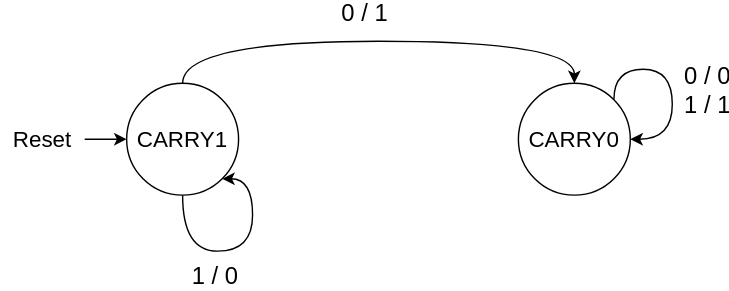
Earlier version of the draw.io export Tayyab/Add1/docs/Add1.drawio.svg (medsuet/Xcelerium-IC-Design-Training). Source tidied: cells renumbered, new cells last; positions are measured from the earlier drawing's top-left corner, leaving out a move shared by most shapes.
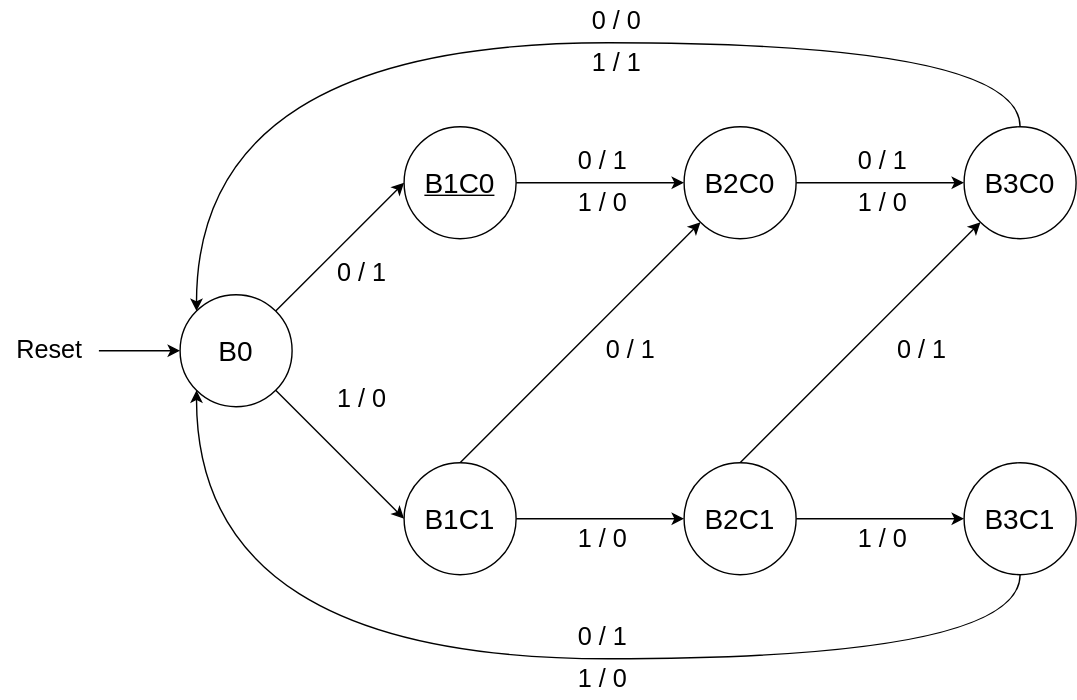
After the change.

The edit, as a diff of the source:
```diff
@@ -2,58 +2,114 @@
   <root>
     <mxCell id="0" />
     <mxCell id="1" parent="0" />
-    <mxCell id="2" value="&lt;font style=&quot;font-size: 16px;&quot;&gt;CARRY0&lt;/font&gt;" style="ellipse;whiteSpace=wrap;html=1;" parent="1" vertex="1">
-      <mxGeometry x="370" y="30" width="80" height="80" as="geometry" />
-    </mxCell>
-    <mxCell id="3" style="edgeStyle=orthogonalEdgeStyle;rounded=0;jettySize=auto;html=1;exitX=0.5;exitY=0;exitDx=0;exitDy=0;entryX=0.5;entryY=0;entryDx=0;entryDy=0;curved=1;" parent="1" edge="1" source="5" target="2">
-      <mxGeometry relative="1" as="geometry">
-        <Array as="points">
-          <mxPoint x="130" />
-          <mxPoint x="410" />
-        </Array>
-      </mxGeometry>
-    </mxCell>
-    <mxCell id="4" value="&lt;span style=&quot;font-size: 17px;&quot;&gt;0 / 1&lt;/span&gt;" style="edgeLabel;html=1;align=center;verticalAlign=middle;" parent="3" vertex="1">
-      <mxGeometry x="-0.07" y="-4" relative="1" as="geometry">
-        <mxPoint y="-24" as="offset" />
-      </mxGeometry>
-    </mxCell>
-    <mxCell id="5" value="&lt;font style=&quot;font-size: 16px;&quot;&gt;CARRY1&lt;/font&gt;" style="ellipse;whiteSpace=wrap;html=1;" parent="1" vertex="1">
-      <mxGeometry x="90" y="30" width="80" height="80" as="geometry" />
-    </mxCell>
-    <mxCell id="6" style="edgeStyle=orthogonalEdgeStyle;rounded=0;orthogonalLoop=1;jettySize=auto;html=1;exitX=1;exitY=0;exitDx=0;exitDy=0;entryX=1;entryY=0.5;entryDx=0;entryDy=0;curved=1;" parent="1" edge="1" source="2" target="2">
-      <mxGeometry relative="1" as="geometry">
-        <Array as="points">
-          <mxPoint x="438" y="20" />
-          <mxPoint x="480" y="20" />
-          <mxPoint x="480" y="70" />
-        </Array>
-      </mxGeometry>
-    </mxCell>
-    <mxCell id="7" value="&lt;span style=&quot;font-size: 17px;&quot;&gt;0 / 0&lt;/span&gt;&lt;div&gt;&lt;span style=&quot;font-size: 17px;&quot;&gt;1 / 1&lt;/span&gt;&lt;/div&gt;" style="edgeLabel;html=1;align=center;verticalAlign=middle;" parent="1" vertex="1">
-      <mxGeometry x="500" y="29" as="geometry">
-        <mxPoint x="4" y="6" as="offset" />
-      </mxGeometry>
-    </mxCell>
-    <mxCell id="8" value="&lt;span style=&quot;font-size: 17px;&quot;&gt;1 / 0&lt;/span&gt;" style="edgeLabel;html=1;align=center;verticalAlign=middle;" parent="1" vertex="1">
-      <mxGeometry x="150" y="160" as="geometry">
-        <mxPoint x="2" y="8" as="offset" />
-      </mxGeometry>
-    </mxCell>
-    <mxCell id="9" style="edgeStyle=orthogonalEdgeStyle;rounded=0;jettySize=auto;html=1;" parent="1" edge="1" source="10" target="5">
-      <mxGeometry relative="1" as="geometry" />
-    </mxCell>
+    <mxCell id="12" style="rounded=0;jettySize=auto;html=1;exitX=1;exitY=0;exitDx=0;exitDy=0;entryX=0;entryY=0.5;entryDx=0;entryDy=0;" parent="1" edge="1" source="14" target="16">
+      <mxGeometry relative="1" as="geometry" />
+    </mxCell>
+    <mxCell id="13" style="rounded=0;jettySize=auto;html=1;exitX=1;exitY=1;exitDx=0;exitDy=0;entryX=0;entryY=0.5;entryDx=0;entryDy=0;" parent="1" edge="1" source="14" target="23">
+      <mxGeometry relative="1" as="geometry" />
+    </mxCell>
+    <mxCell id="14" value="&lt;font style=&quot;font-size: 20px;&quot;&gt;B0&lt;/font&gt;" style="ellipse;whiteSpace=wrap;html=1;" parent="1" vertex="1">
+      <mxGeometry x="128" y="30" width="80" height="80" as="geometry" />
+    </mxCell>
+    <mxCell id="15" style="edgeStyle=orthogonalEdgeStyle;rounded=0;jettySize=auto;html=1;exitX=1;exitY=0.5;exitDx=0;exitDy=0;entryX=0;entryY=0.5;entryDx=0;entryDy=0;" parent="1" edge="1" source="16" target="18">
+      <mxGeometry relative="1" as="geometry" />
+    </mxCell>
+    <mxCell id="16" value="&lt;font style=&quot;font-size: 20px;&quot;&gt;B1C0&lt;/font&gt;" style="ellipse;whiteSpace=wrap;html=1;fontStyle=4;" parent="1" vertex="1">
+      <mxGeometry x="288" y="-90" width="80" height="80" as="geometry" />
+    </mxCell>
+    <mxCell id="17" style="edgeStyle=orthogonalEdgeStyle;rounded=0;jettySize=auto;html=1;exitX=1;exitY=0.5;exitDx=0;exitDy=0;entryX=0;entryY=0.5;entryDx=0;entryDy=0;" parent="1" edge="1" source="18" target="20">
+      <mxGeometry relative="1" as="geometry" />
+    </mxCell>
+    <mxCell id="18" value="&lt;font style=&quot;font-size: 20px;&quot;&gt;B2C0&lt;/font&gt;" style="ellipse;whiteSpace=wrap;html=1;fontStyle=0;" parent="1" vertex="1">
+      <mxGeometry x="488" y="-90" width="80" height="80" as="geometry" />
+    </mxCell>
+    <mxCell id="19" style="edgeStyle=orthogonalEdgeStyle;rounded=0;jettySize=auto;html=1;exitX=0.5;exitY=0;exitDx=0;exitDy=0;entryX=0;entryY=0;entryDx=0;entryDy=0;curved=1;" parent="1" edge="1" source="20" target="14">
+      <mxGeometry relative="1" as="geometry">
+        <Array as="points">
+          <mxPoint x="728" y="-150" />
+          <mxPoint x="140" y="-150" />
+        </Array>
+      </mxGeometry>
+    </mxCell>
+    <mxCell id="20" value="&lt;font style=&quot;font-size: 20px;&quot;&gt;B3C0&lt;/font&gt;" style="ellipse;whiteSpace=wrap;html=1;" parent="1" vertex="1">
+      <mxGeometry x="688" y="-90" width="80" height="80" as="geometry" />
+    </mxCell>
+    <mxCell id="21" style="edgeStyle=orthogonalEdgeStyle;rounded=0;jettySize=auto;html=1;exitX=1;exitY=0.5;exitDx=0;exitDy=0;entryX=0;entryY=0.5;entryDx=0;entryDy=0;" parent="1" edge="1" source="23" target="26">
+      <mxGeometry relative="1" as="geometry" />
+    </mxCell>
+    <mxCell id="22" style="rounded=0;jettySize=auto;html=1;exitX=0.5;exitY=0;exitDx=0;exitDy=0;entryX=0;entryY=1;entryDx=0;entryDy=0;" parent="1" edge="1" source="23" target="18">
+      <mxGeometry relative="1" as="geometry" />
+    </mxCell>
+    <mxCell id="23" value="&lt;font style=&quot;font-size: 20px;&quot;&gt;B1C1&lt;/font&gt;" style="ellipse;whiteSpace=wrap;html=1;" parent="1" vertex="1">
+      <mxGeometry x="288" y="150" width="80" height="80" as="geometry" />
+    </mxCell>
+    <mxCell id="24" style="edgeStyle=orthogonalEdgeStyle;rounded=0;jettySize=auto;html=1;exitX=1;exitY=0.5;exitDx=0;exitDy=0;entryX=0;entryY=0.5;entryDx=0;entryDy=0;" parent="1" edge="1" source="26" target="28">
+      <mxGeometry relative="1" as="geometry" />
+    </mxCell>
+    <mxCell id="25" style="rounded=0;jettySize=auto;html=1;exitX=0.5;exitY=0;exitDx=0;exitDy=0;entryX=0;entryY=1;entryDx=0;entryDy=0;" parent="1" edge="1" source="26" target="20">
+      <mxGeometry relative="1" as="geometry" />
+    </mxCell>
+    <mxCell id="26" value="&lt;font style=&quot;font-size: 20px;&quot;&gt;B2C1&lt;/font&gt;" style="ellipse;whiteSpace=wrap;html=1;fontStyle=0;" parent="1" vertex="1">
+      <mxGeometry x="488" y="150" width="80" height="80" as="geometry" />
+    </mxCell>
+    <mxCell id="27" style="edgeStyle=orthogonalEdgeStyle;rounded=0;jettySize=auto;html=1;exitX=0.5;exitY=1;exitDx=0;exitDy=0;entryX=0;entryY=1;entryDx=0;entryDy=0;curved=1;" parent="1" edge="1" source="28" target="14">
+      <mxGeometry relative="1" as="geometry">
+        <Array as="points">
+          <mxPoint x="728" y="290" />
+          <mxPoint x="140" y="290" />
+        </Array>
+      </mxGeometry>
+    </mxCell>
+    <mxCell id="28" value="&lt;span style=&quot;font-size: 20px;&quot;&gt;B3C1&lt;/span&gt;" style="ellipse;whiteSpace=wrap;html=1;" parent="1" vertex="1">
+      <mxGeometry x="688" y="150" width="80" height="80" as="geometry" />
+    </mxCell>
+    <mxCell id="29" style="edgeStyle=orthogonalEdgeStyle;rounded=0;jettySize=auto;html=1;" parent="1" edge="1" source="10" target="14">
+      <mxGeometry relative="1" as="geometry" />
+    </mxCell>
-    <mxCell id="10" value="&lt;font style=&quot;font-size: 16px;&quot;&gt;Reset&lt;/font&gt;" style="text;html=1;align=center;verticalAlign=middle;whiteSpace=wrap;rounded=0;" parent="1" vertex="1">
-      <mxGeometry y="55" width="60" height="30" as="geometry" />
+    <mxCell id="10" value="&lt;font style=&quot;font-size: 18px;&quot;&gt;Reset&lt;/font&gt;" style="text;html=1;align=center;verticalAlign=middle;whiteSpace=wrap;rounded=0;" parent="1" vertex="1">
+      <mxGeometry y="55" width="70" height="30" as="geometry" />
     </mxCell>
-    <mxCell id="11" style="edgeStyle=orthogonalEdgeStyle;rounded=0;orthogonalLoop=1;jettySize=auto;html=1;exitX=0.5;exitY=1;exitDx=0;exitDy=0;entryX=1;entryY=1;entryDx=0;entryDy=0;curved=1;" parent="1" edge="1" source="5" target="5">
-      <mxGeometry relative="1" as="geometry">
-        <Array as="points">
-          <mxPoint x="130" y="150" />
-          <mxPoint x="180" y="150" />
-          <mxPoint x="180" y="98" />
-        </Array>
-      </mxGeometry>
-    </mxCell>
+    <mxCell id="30" value="&lt;font style=&quot;font-size: 18px;&quot;&gt;0 / 1&lt;/font&gt;" style="text;html=1;align=center;verticalAlign=middle;whiteSpace=wrap;rounded=0;" parent="1" vertex="1">
+      <mxGeometry x="228" width="60" height="30" as="geometry" />
+    </mxCell>
+    <mxCell id="31" value="&lt;font style=&quot;font-size: 18px;&quot;&gt;1 / 0&lt;/font&gt;" style="text;html=1;align=center;verticalAlign=middle;whiteSpace=wrap;rounded=0;" parent="1" vertex="1">
+      <mxGeometry x="228" y="90" width="60" height="30" as="geometry" />
+    </mxCell>
+    <mxCell id="32" value="&lt;font style=&quot;font-size: 18px;&quot;&gt;0 / 1&lt;/font&gt;" style="text;html=1;align=center;verticalAlign=middle;whiteSpace=wrap;rounded=0;" parent="1" vertex="1">
+      <mxGeometry x="400" y="-80" width="60" height="30" as="geometry" />
+    </mxCell>
+    <mxCell id="33" value="&lt;font style=&quot;font-size: 18px;&quot;&gt;1 / 0&lt;/font&gt;" style="text;html=1;align=center;verticalAlign=middle;whiteSpace=wrap;rounded=0;" parent="1" vertex="1">
+      <mxGeometry x="400" y="190" width="60" height="30" as="geometry" />
+    </mxCell>
+    <mxCell id="34" value="&lt;font style=&quot;font-size: 18px;&quot;&gt;0 / 1&lt;/font&gt;" style="text;html=1;align=center;verticalAlign=middle;whiteSpace=wrap;rounded=0;" parent="1" vertex="1">
+      <mxGeometry x="420" y="55" width="60" height="30" as="geometry" />
+    </mxCell>
+    <mxCell id="35" value="&lt;font style=&quot;font-size: 18px;&quot;&gt;0 / 1&lt;/font&gt;" style="text;html=1;align=center;verticalAlign=middle;whiteSpace=wrap;rounded=0;" parent="1" vertex="1">
+      <mxGeometry x="628" y="55" width="60" height="30" as="geometry" />
+    </mxCell>
+    <mxCell id="36" value="&lt;font style=&quot;font-size: 18px;&quot;&gt;0 / 1&lt;/font&gt;" style="text;html=1;align=center;verticalAlign=middle;whiteSpace=wrap;rounded=0;" parent="1" vertex="1">
+      <mxGeometry x="600" y="-80" width="60" height="30" as="geometry" />
+    </mxCell>
+    <mxCell id="37" value="&lt;font style=&quot;font-size: 18px;&quot;&gt;1 / 0&lt;/font&gt;" style="text;html=1;align=center;verticalAlign=middle;whiteSpace=wrap;rounded=0;" parent="1" vertex="1">
+      <mxGeometry x="600" y="190" width="60" height="30" as="geometry" />
+    </mxCell>
+    <mxCell id="38" value="&lt;font style=&quot;font-size: 18px;&quot;&gt;0 / 1&lt;/font&gt;" style="text;html=1;align=center;verticalAlign=middle;whiteSpace=wrap;rounded=0;" parent="1" vertex="1">
+      <mxGeometry x="400" y="260" width="60" height="30" as="geometry" />
+    </mxCell>
+    <mxCell id="39" value="&lt;font style=&quot;font-size: 18px;&quot;&gt;1 / 0&lt;/font&gt;" style="text;html=1;align=center;verticalAlign=middle;whiteSpace=wrap;rounded=0;" parent="1" vertex="1">
+      <mxGeometry x="400" y="290" width="60" height="30" as="geometry" />
+    </mxCell>
+    <mxCell id="40" value="&lt;font style=&quot;font-size: 18px;&quot;&gt;0 / 0&lt;/font&gt;" style="text;html=1;align=center;verticalAlign=middle;whiteSpace=wrap;rounded=0;" parent="1" vertex="1">
+      <mxGeometry x="410" y="-180" width="60" height="30" as="geometry" />
+    </mxCell>
+    <mxCell id="41" value="&lt;font style=&quot;font-size: 18px;&quot;&gt;1 / 1&lt;/font&gt;" style="text;html=1;align=center;verticalAlign=middle;whiteSpace=wrap;rounded=0;" parent="1" vertex="1">
+      <mxGeometry x="410" y="-150" width="60" height="30" as="geometry" />
+    </mxCell>
+    <mxCell id="42" value="&lt;font style=&quot;font-size: 18px;&quot;&gt;1 / 0&lt;/font&gt;" style="text;html=1;align=center;verticalAlign=middle;whiteSpace=wrap;rounded=0;" parent="1" vertex="1">
+      <mxGeometry x="400" y="-50" width="60" height="30" as="geometry" />
+    </mxCell>
+    <mxCell id="43" value="&lt;font style=&quot;font-size: 18px;&quot;&gt;1 / 0&lt;/font&gt;" style="text;html=1;align=center;verticalAlign=middle;whiteSpace=wrap;rounded=0;" parent="1" vertex="1">
+      <mxGeometry x="600" y="-50" width="60" height="30" as="geometry" />
+    </mxCell>
   </root>
 </mxGraphModel>
```
